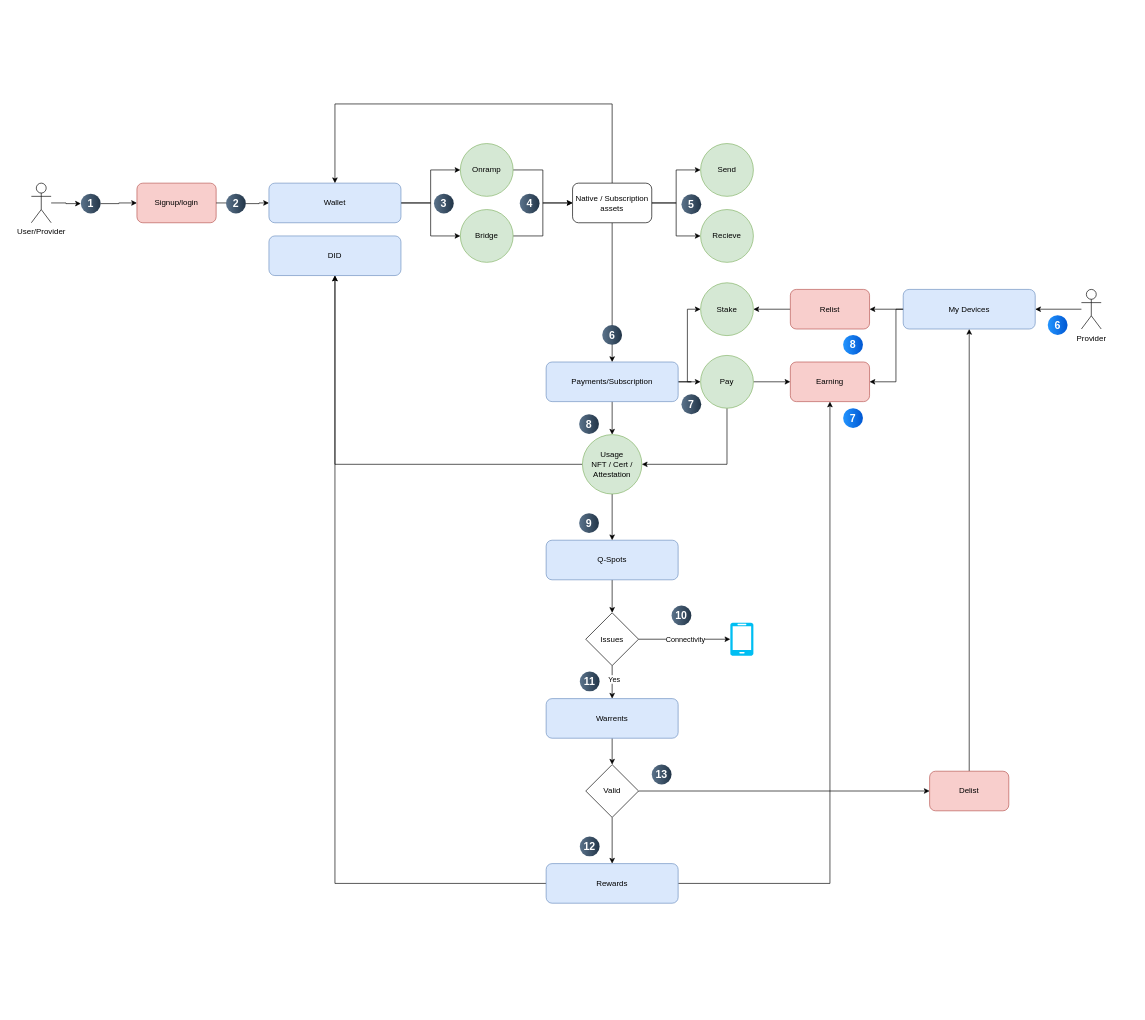
Earlier version of the draw.io diagram Quantinium-user-journey.drawio (ali-05-ahmed/Concept-Diagrams). Source tidied: cells renumbered, new cells numbered last; positions are measured from the earlier drawing's top-left corner, leaving out a move shared by most shapes. Both pictures are drawn from the tidied source at 66%, with x=0, y=0 at pixel (31, 104).
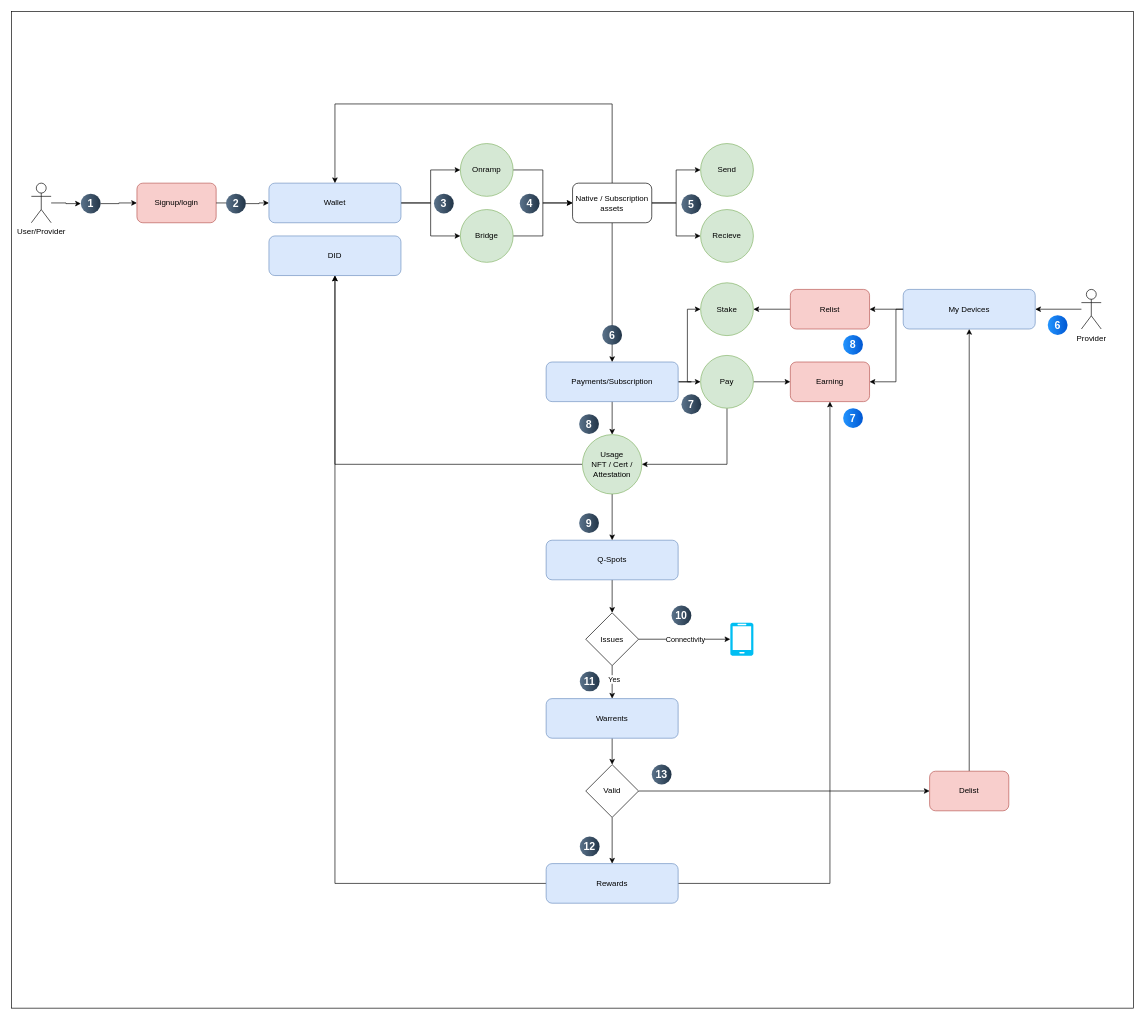
Above is the later version.

Change to the diagram source:
```diff
@@
+    <mxCell id="76" style="rounded=0;whiteSpace=wrap;html=1;" parent="1" vertex="1">
+      <mxGeometry x="-30" y="-140" width="1700" height="1510" as="geometry" />
+    </mxCell>
```
